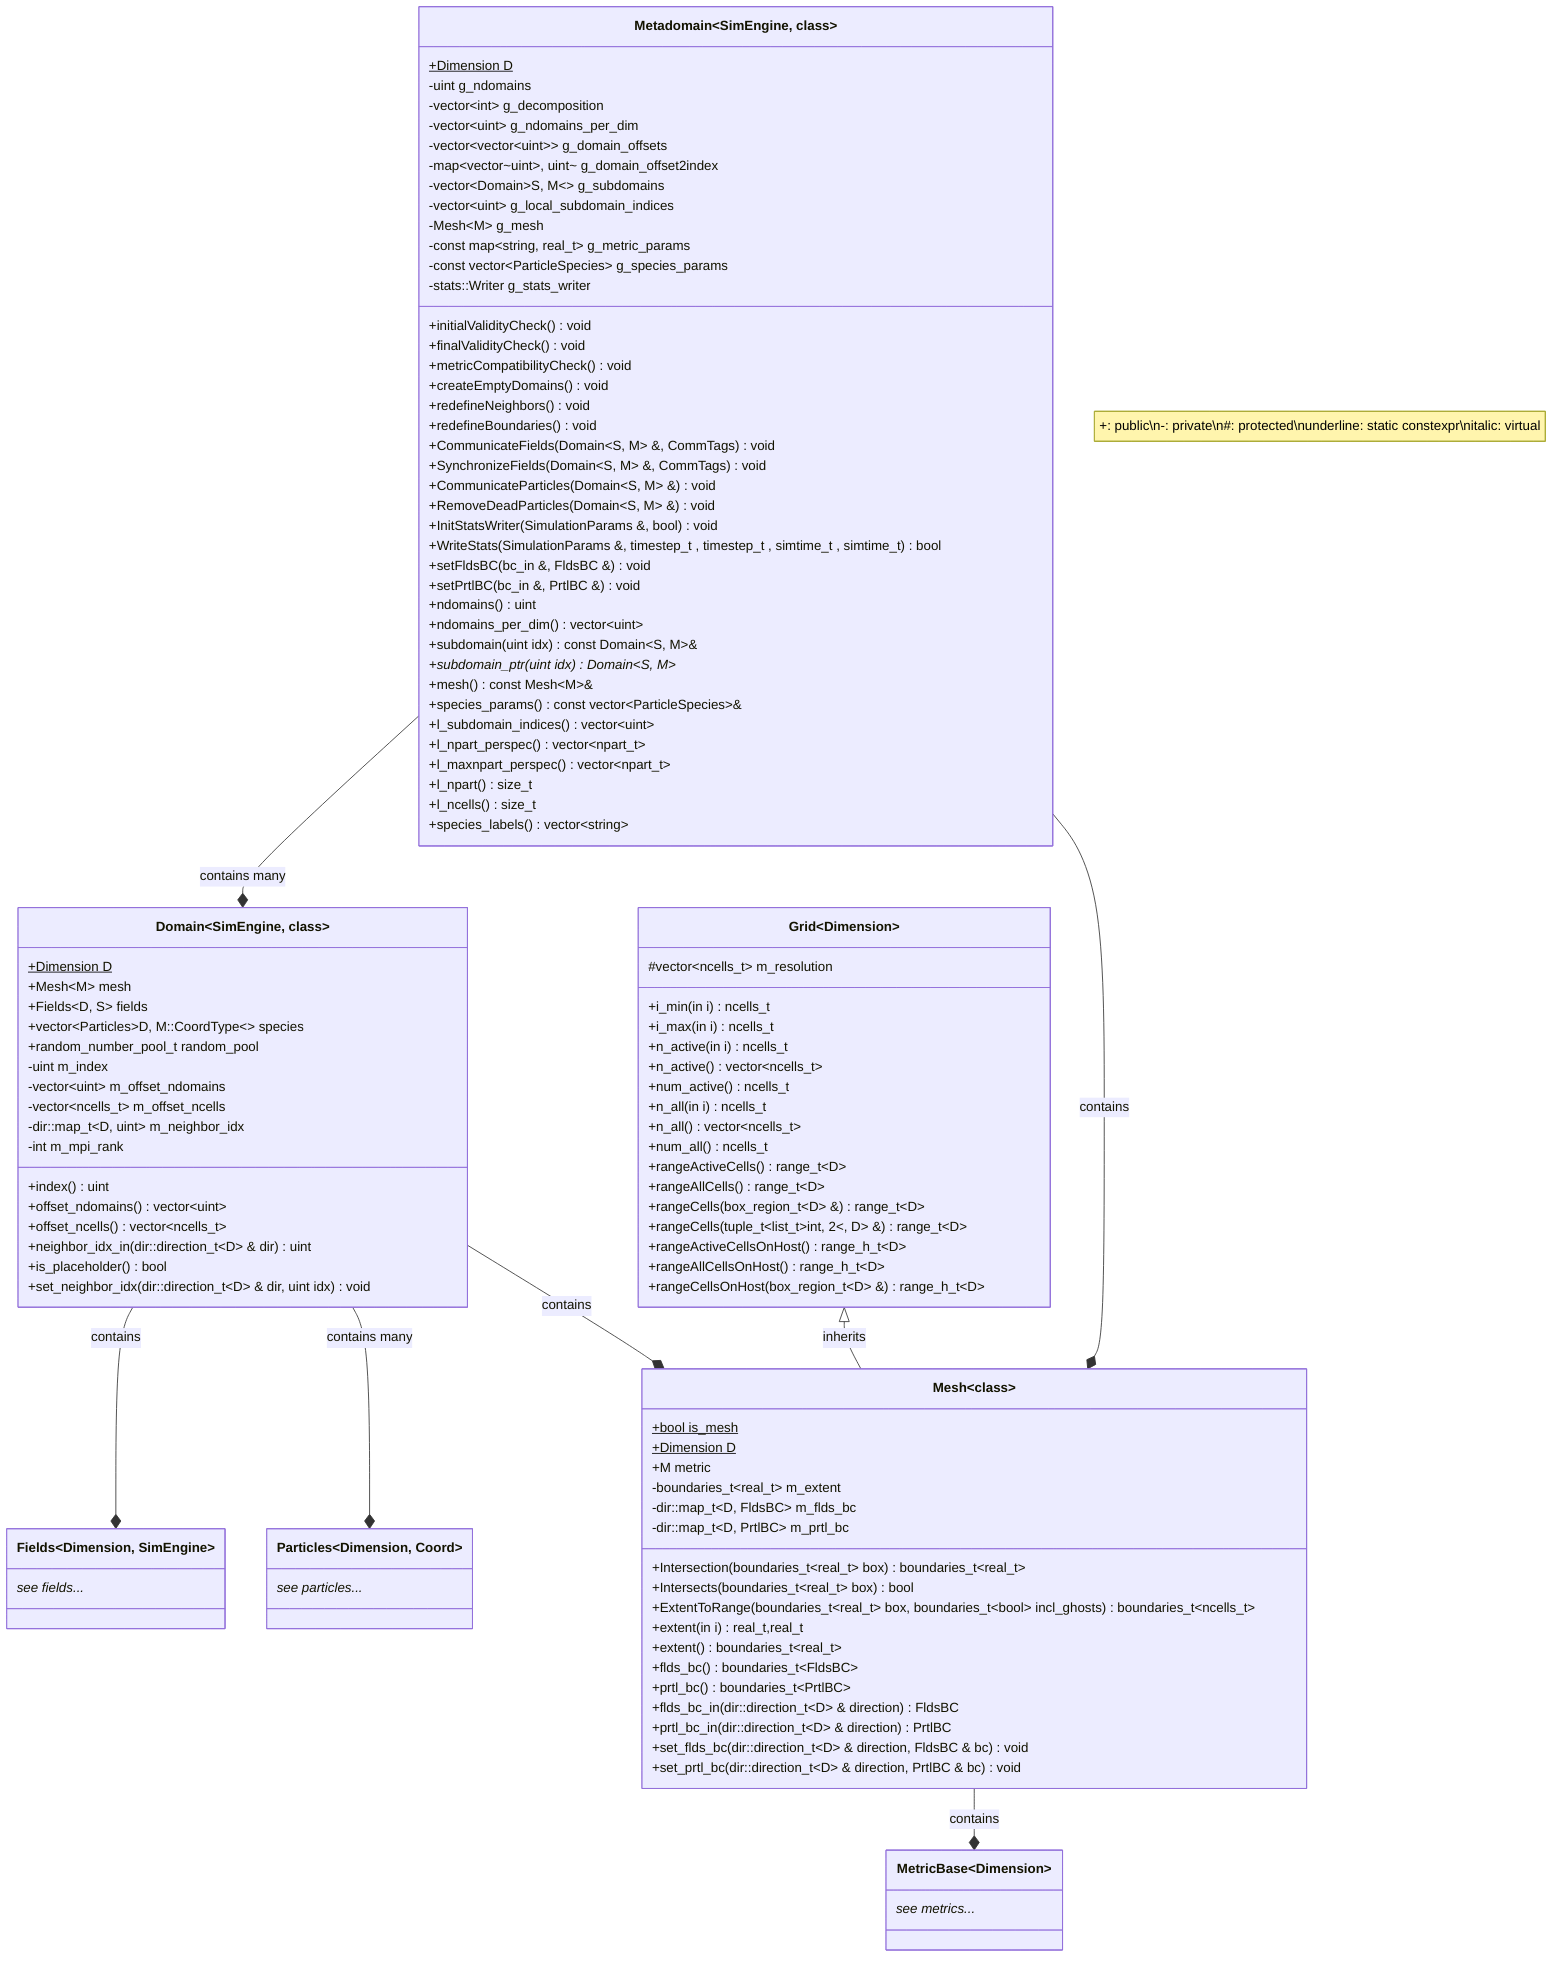
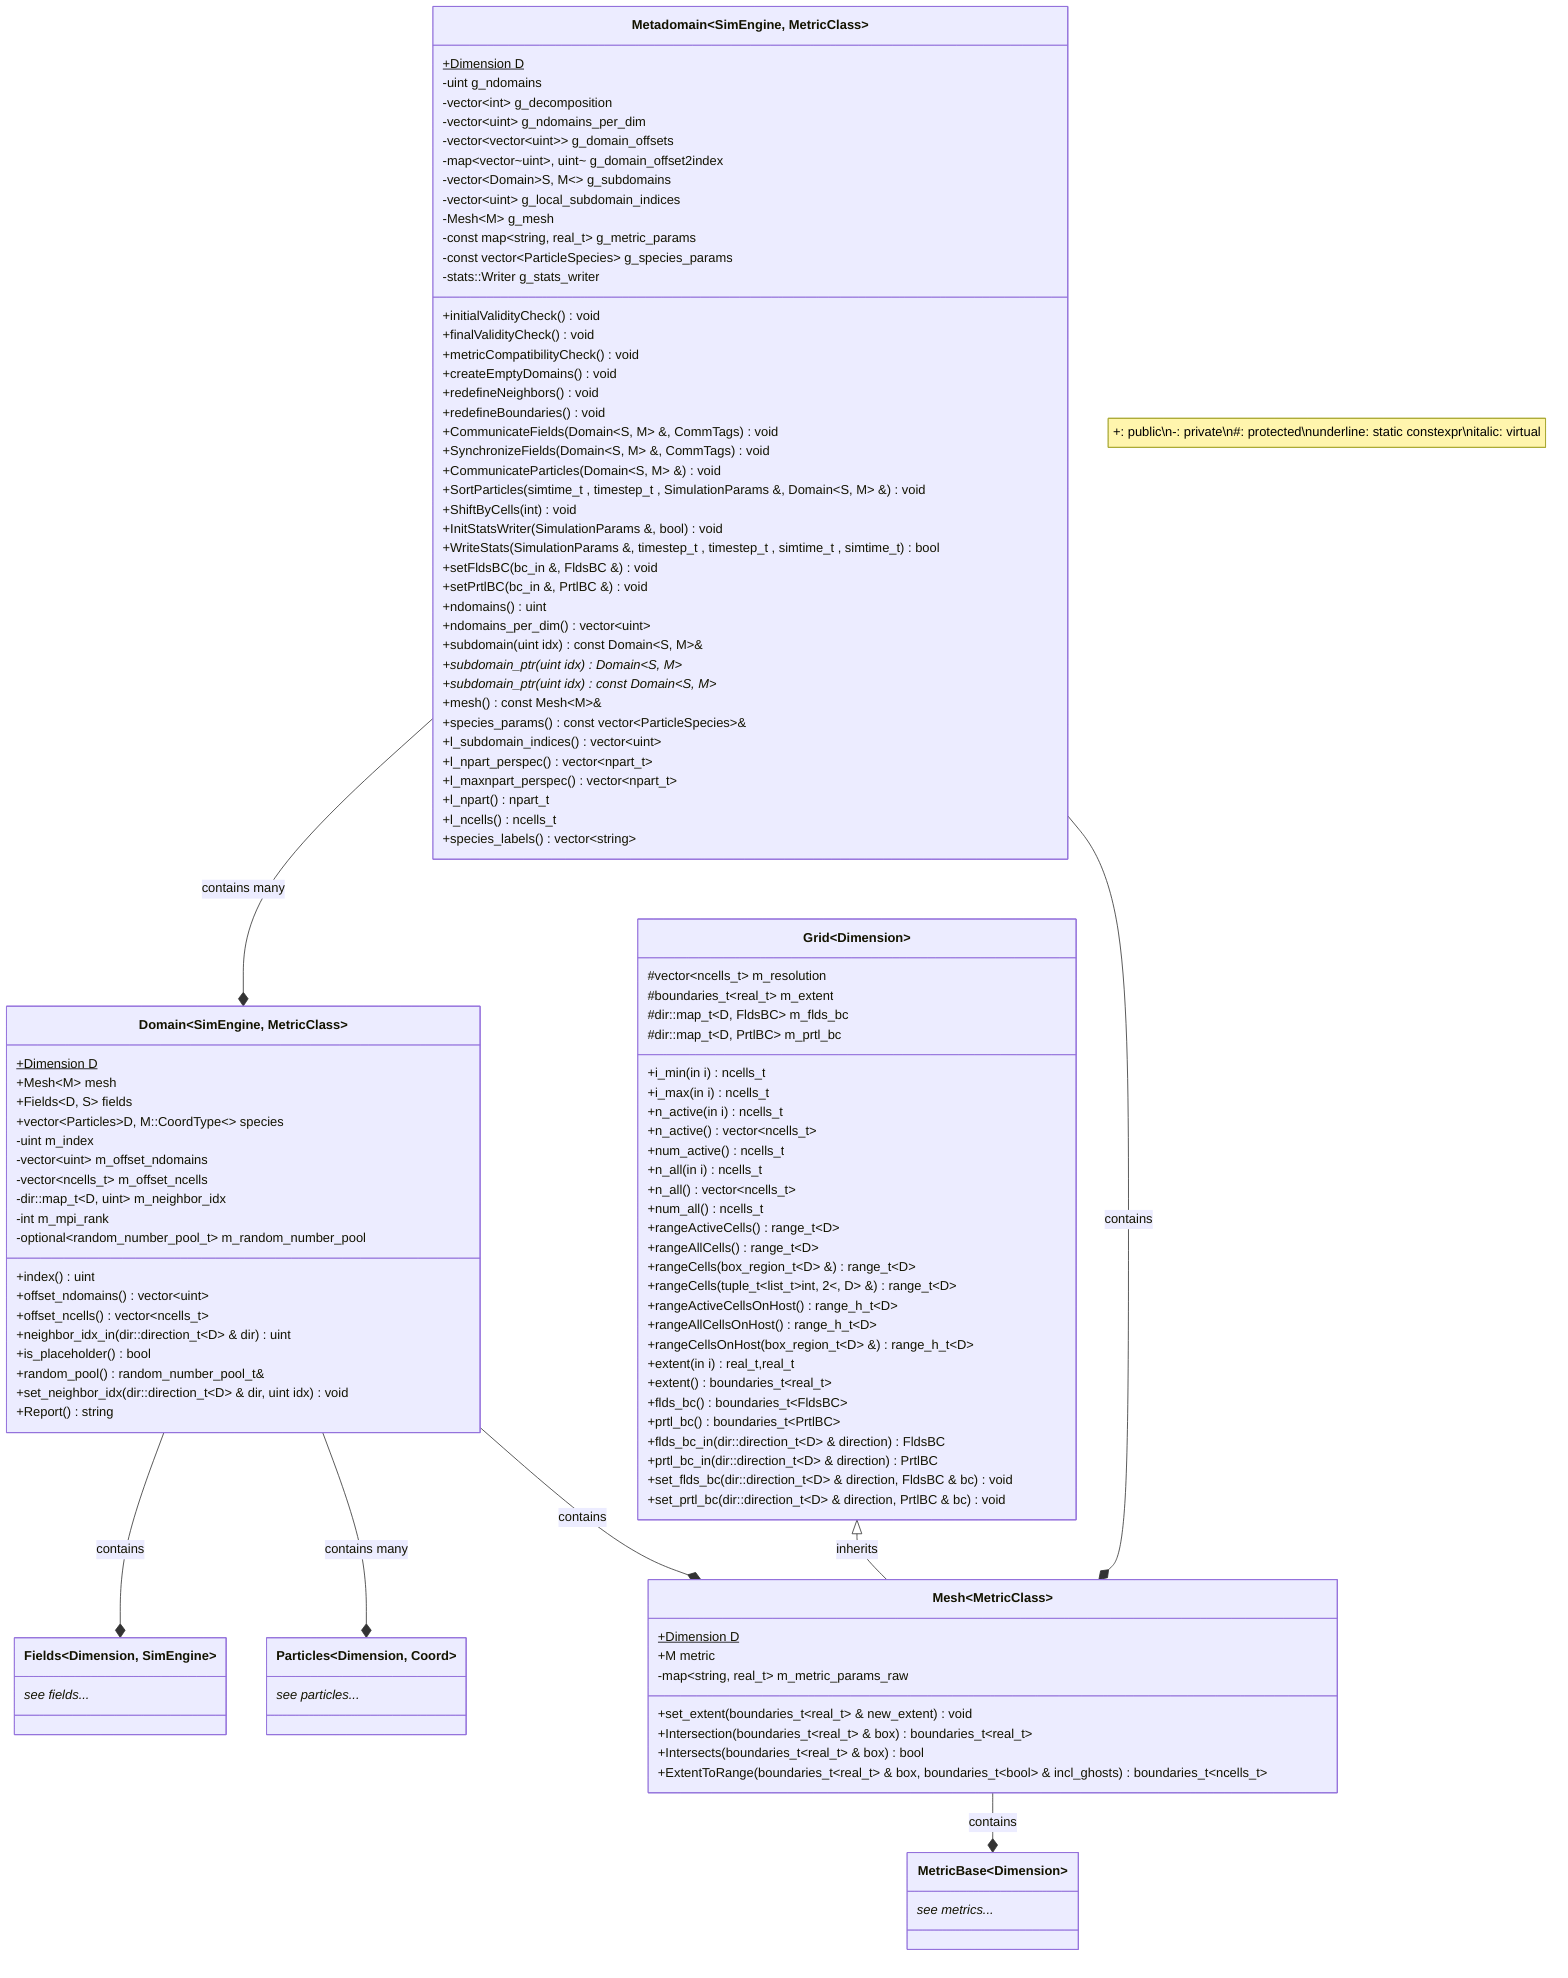
classDiagram
  class MetricBase~Dimension~ {
    see metrics...*
  }
  class Fields~Dimension, SimEngine~ {
    see fields...*
  }
  class Particles~Dimension, Coord~ {
    see particles...*
  }
-   class Metadomain~SimEngine, class~ {
+   class Metadomain~SimEngine, MetricClass~ {
    +Dimension D$
    -uint g_ndomains
    -vector~int~ g_decomposition
    -vector~uint~ g_ndomains_per_dim
    -vector~vector~uint~~ g_domain_offsets
    -map~vector~uint~, uint~ g_domain_offset2index
    -vector~Domain~S, M~~ g_subdomains
    -vector~uint~ g_local_subdomain_indices
    -Mesh~M~ g_mesh
    -const map~string, real_t~ g_metric_params
    -const vector~ParticleSpecies~ g_species_params
    -stats\:\:Writer g_stats_writer
    +initialValidityCheck() void
    +finalValidityCheck() void
    +metricCompatibilityCheck() void
    +createEmptyDomains() void
    +redefineNeighbors() void
    +redefineBoundaries() void
    +CommunicateFields(Domain~S, M~ &, CommTags ) void
    +SynchronizeFields(Domain~S, M~ &, CommTags ) void
    +CommunicateParticles(Domain~S, M~ &) void
-     +RemoveDeadParticles(Domain~S, M~ &) void
+     +SortParticles(simtime_t , timestep_t , SimulationParams &, Domain~S, M~ &) void
+     +ShiftByCells(int ) void
    +InitStatsWriter(SimulationParams &, bool ) void
    +WriteStats(SimulationParams &, timestep_t , timestep_t , simtime_t , simtime_t ) bool
    +setFldsBC(bc_in &, FldsBC &) void
    +setPrtlBC(bc_in &, PrtlBC &) void
    +ndomains() uint
    +ndomains_per_dim() vector~uint~
    +subdomain(uint idx) const Domain~S, M~&
    +subdomain_ptr(uint idx) Domain~S, M~*
+     +subdomain_ptr(uint idx) const Domain~S, M~*
    +mesh() const Mesh~M~&
    +species_params() const vector~ParticleSpecies~&
    +l_subdomain_indices() vector~uint~
    +l_npart_perspec() vector~npart_t~
    +l_maxnpart_perspec() vector~npart_t~
-     +l_npart() size_t
-     +l_ncells() size_t
+     +l_npart() npart_t
+     +l_ncells() ncells_t
    +species_labels() vector~string~
  }
-   class Domain~SimEngine, class~ {
+   class Domain~SimEngine, MetricClass~ {
    +Dimension D$
    +Mesh~M~ mesh
    +Fields~D, S~ fields
    +vector~Particles~D, M\:\:CoordType~~ species
-     +random_number_pool_t random_pool
    -uint m_index
    -vector~uint~ m_offset_ndomains
    -vector~ncells_t~ m_offset_ncells
    -dir\:\:map_t~D, uint~ m_neighbor_idx
    -int m_mpi_rank
+     -optional~random_number_pool_t~ m_random_number_pool
    +index() uint
    +offset_ndomains() vector~uint~
    +offset_ncells() vector~ncells_t~
    +neighbor_idx_in(dir\:\:direction_t~D~ & dir) uint
    +is_placeholder() bool
+     +random_pool() random_number_pool_t&
    +set_neighbor_idx(dir\:\:direction_t~D~ & dir, uint idx) void
+     +Report() string
  }
  class Grid~Dimension~ {
    #vector~ncells_t~ m_resolution
+     #boundaries_t~real_t~ m_extent
+     #dir\:\:map_t~D, FldsBC~ m_flds_bc
+     #dir\:\:map_t~D, PrtlBC~ m_prtl_bc
    +i_min(in i) ncells_t
    +i_max(in i) ncells_t
    +n_active(in i) ncells_t
    +n_active() vector~ncells_t~
    +num_active() ncells_t
    +n_all(in i) ncells_t
    +n_all() vector~ncells_t~
    +num_all() ncells_t
    +rangeActiveCells() range_t~D~
    +rangeAllCells() range_t~D~
    +rangeCells(box_region_t~D~ &) range_t~D~
    +rangeCells(tuple_t~list_t~int, 2~, D~ &) range_t~D~
    +rangeActiveCellsOnHost() range_h_t~D~
    +rangeAllCellsOnHost() range_h_t~D~
    +rangeCellsOnHost(box_region_t~D~ &) range_h_t~D~
-   }
-   class Mesh~class~ {
-     +bool is_mesh$
-     +Dimension D$
-     +M metric
-     -boundaries_t~real_t~ m_extent
-     -dir\:\:map_t~D, FldsBC~ m_flds_bc
-     -dir\:\:map_t~D, PrtlBC~ m_prtl_bc
-     +Intersection(boundaries_t~real_t~ box) boundaries_t~real_t~
-     +Intersects(boundaries_t~real_t~ box) bool
-     +ExtentToRange(boundaries_t~real_t~ box, boundaries_t~bool~ incl_ghosts) boundaries_t~ncells_t~
    +extent(in i) real_t,real_t
    +extent() boundaries_t~real_t~
    +flds_bc() boundaries_t~FldsBC~
    +prtl_bc() boundaries_t~PrtlBC~
    +flds_bc_in(dir\:\:direction_t~D~ & direction) FldsBC
    +prtl_bc_in(dir\:\:direction_t~D~ & direction) PrtlBC
    +set_flds_bc(dir\:\:direction_t~D~ & direction, FldsBC & bc) void
    +set_prtl_bc(dir\:\:direction_t~D~ & direction, PrtlBC & bc) void
+   }
+   class Mesh~MetricClass~ {
+     +Dimension D$
+     +M metric
+     -map~string, real_t~ m_metric_params_raw
+     +set_extent(boundaries_t~real_t~ & new_extent) void
+     +Intersection(boundaries_t~real_t~ & box) boundaries_t~real_t~
+     +Intersects(boundaries_t~real_t~ & box) bool
+     +ExtentToRange(boundaries_t~real_t~ & box, boundaries_t~bool~ &   incl_ghosts) boundaries_t~ncells_t~
  }

  Domain --* Mesh : contains
  Grid <|-- Mesh : inherits
  Mesh --* MetricBase : contains
  Metadomain --* Domain : contains many
  Metadomain --* Mesh : contains
  Domain --* Fields : contains
  Domain --* Particles : contains many

  note "+: public\n-: private\n#: protected\nunderline: static constexpr\nitalic: virtual"
